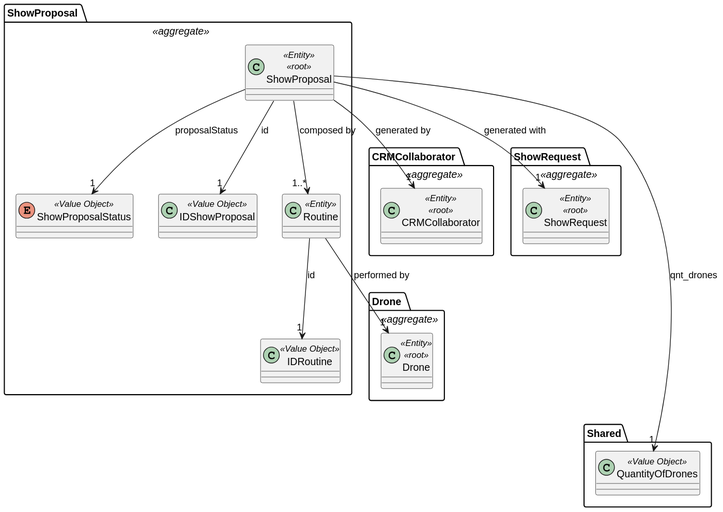
diogoveirospro/sem4pi-2024-2025-sem4pi_2024_2025_g44 keeps this PlantUML diagram as docs/global_artifacts/analysis/images/domain_model_show_proposal.svg. Above is the earlier version.
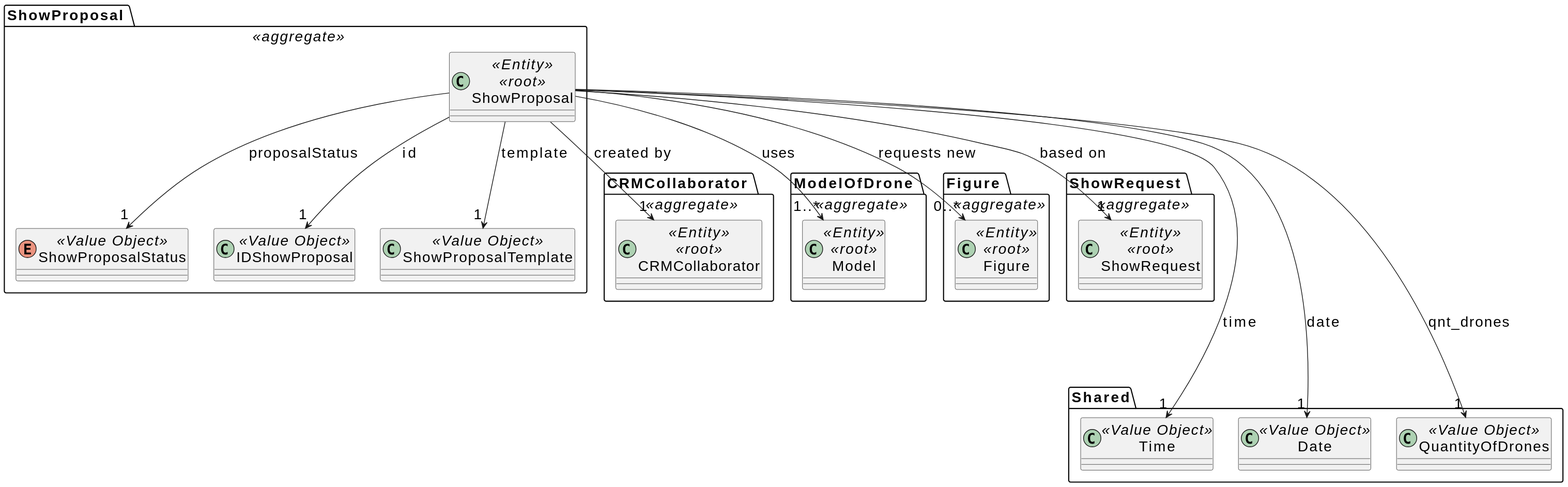
The same file after the commit.

Diff of the diagram source:
```diff
@@ -1,13 +1,22 @@
 @startuml
+skinparamlocked defaultFontSize 20
+
 package "CRMCollaborator " <<aggregate>> {
 
     class CRMCollaborator <<Entity>> <<root>>{
     }
 }
 
-package "Drone " <<aggregate>> {
+package "ModelOfDrone " <<aggregate>> {
 
-    class Drone <<Entity>> <<root>>{
+    class Model <<Entity>> <<root>>{
+    }
+
+}
+
+package "Figure " <<aggregate>> {
+
+    class Figure <<Entity>> <<root>>{
     }
 }
 
@@ -28,28 +37,31 @@
     class ShowProposal <<Entity>> <<root>>{
     }
 
-    class Routine <<Entity>>{
+    class ShowProposalTemplate <<Value Object>>{
     }
 
-    class IDRoutine <<Value Object>>{
-    }
-
-    ShowProposal --> "1" CRMCollaborator: generated by
-    ShowProposal --> "1" ShowRequest: generated with
+    ShowProposal --> "1" CRMCollaborator: created by
+    ShowProposal --> "1" ShowRequest: based on
     ShowProposal --> "1" ShowProposalStatus: proposalStatus
-    ShowProposal --> "1..*" Routine: composed by
     ShowProposal --> "1" IDShowProposal: id
-
-
-    Routine --> "1" IDRoutine: id
-    Routine --> "1" Drone: performed by
+    ShowProposal --> "0..*" Figure : requests new
+    ShowProposal --> "1" ShowProposalTemplate: template
+    ShowProposal --> "1..*" Model: uses
 }
 
 package Shared {
+
+    class Time <<Value Object>>{
+    }
+
+    class Date <<Value Object>>{
+    }
 
     class QuantityOfDrones <<Value Object>>{
     }
 
     ShowProposal ----> "1" QuantityOfDrones: qnt_drones
+    ShowProposal ----> "1" Time: time
+    ShowProposal ----> "1" Date: date
 }
 @enduml
```
